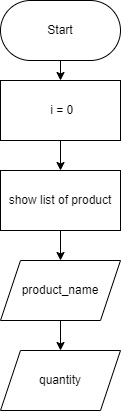
Earlier version of the draw.io export flowchart.drawio.png (dekifx/deki-cashier_app). Source tidied: cells renumbered, new cells last; positions are measured from the earlier drawing's top-left corner, leaving out a move shared by most shapes. The source it was exported from:
```xml
<mxGraphModel>
  <root>
    <mxCell id="0" />
    <mxCell id="1" parent="0" />
    <mxCell id="2" style="edgeStyle=none;html=1;entryX=0.5;entryY=0;entryDx=0;entryDy=0;" parent="1" edge="1" source="3" target="10">
      <mxGeometry relative="1" as="geometry" />
    </mxCell>
    <mxCell id="3" value="Start" style="rounded=1;whiteSpace=wrap;html=1;glass=0;sketch=0;imageWidth=24;arcSize=50;" parent="1" vertex="1">
      <mxGeometry width="120" height="60" as="geometry" />
    </mxCell>
    <mxCell id="4" style="edgeStyle=none;html=1;" parent="1" edge="1" source="5" target="7">
      <mxGeometry relative="1" as="geometry" />
    </mxCell>
    <mxCell id="5" value="show list of product" style="rounded=0;whiteSpace=wrap;html=1;glass=0;sketch=0;" parent="1" vertex="1">
      <mxGeometry y="170" width="120" height="60" as="geometry" />
    </mxCell>
    <mxCell id="6" style="edgeStyle=none;html=1;" parent="1" edge="1" source="7" target="8">
      <mxGeometry relative="1" as="geometry" />
    </mxCell>
    <mxCell id="7" value="product_name" style="shape=parallelogram;perimeter=parallelogramPerimeter;whiteSpace=wrap;html=1;fixedSize=1;rounded=0;glass=0;sketch=0;" parent="1" vertex="1">
      <mxGeometry y="260" width="120" height="60" as="geometry" />
    </mxCell>
    <mxCell id="8" value="quantity" style="shape=parallelogram;perimeter=parallelogramPerimeter;whiteSpace=wrap;html=1;fixedSize=1;rounded=0;glass=0;sketch=0;" parent="1" vertex="1">
      <mxGeometry y="350" width="120" height="60" as="geometry" />
    </mxCell>
    <mxCell id="9" style="edgeStyle=none;html=1;entryX=0.5;entryY=0;entryDx=0;entryDy=0;" parent="1" edge="1" source="10" target="5">
      <mxGeometry relative="1" as="geometry" />
    </mxCell>
    <mxCell id="10" value="&amp;nbsp;i = 0" style="rounded=0;whiteSpace=wrap;html=1;glass=0;sketch=0;" parent="1" vertex="1">
      <mxGeometry y="80" width="120" height="60" as="geometry" />
    </mxCell>
  </root>
</mxGraphModel>
```
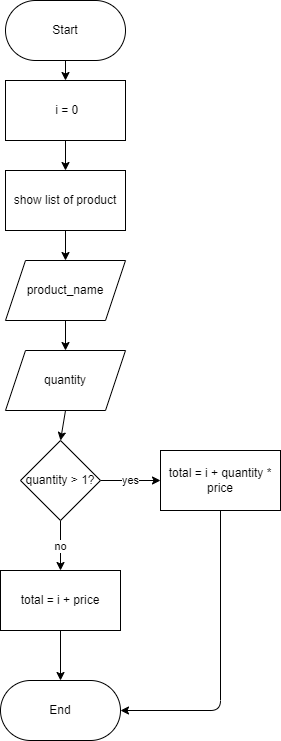
After the commit.

Commit message:
added quantity checking and price calculation in pseudocode

Change to the diagram source:
```diff
@@ -20,6 +20,9 @@
     <mxCell id="7" value="product_name" style="shape=parallelogram;perimeter=parallelogramPerimeter;whiteSpace=wrap;html=1;fixedSize=1;rounded=0;glass=0;sketch=0;" parent="1" vertex="1">
       <mxGeometry y="260" width="120" height="60" as="geometry" />
     </mxCell>
+    <mxCell id="11" style="edgeStyle=none;html=1;exitX=0.5;exitY=1;exitDx=0;exitDy=0;entryX=0.5;entryY=0;entryDx=0;entryDy=0;" parent="1" edge="1" source="8" target="14">
+      <mxGeometry relative="1" as="geometry" />
+    </mxCell>
     <mxCell id="8" value="quantity" style="shape=parallelogram;perimeter=parallelogramPerimeter;whiteSpace=wrap;html=1;fixedSize=1;rounded=0;glass=0;sketch=0;" parent="1" vertex="1">
       <mxGeometry y="350" width="120" height="60" as="geometry" />
     </mxCell>
@@ -29,5 +32,33 @@
     <mxCell id="10" value="&amp;nbsp;i = 0" style="rounded=0;whiteSpace=wrap;html=1;glass=0;sketch=0;" parent="1" vertex="1">
       <mxGeometry y="80" width="120" height="60" as="geometry" />
     </mxCell>
+    <mxCell id="12" value="yes" style="edgeStyle=none;html=1;" parent="1" edge="1" source="14" target="16">
+      <mxGeometry relative="1" as="geometry" />
+    </mxCell>
+    <mxCell id="13" value="no" style="edgeStyle=none;html=1;" parent="1" edge="1" source="14" target="18">
+      <mxGeometry relative="1" as="geometry" />
+    </mxCell>
+    <mxCell id="14" value="quantity &amp;gt; 1?" style="rhombus;whiteSpace=wrap;html=1;rounded=0;glass=0;sketch=0;" parent="1" vertex="1">
+      <mxGeometry x="15" y="440" width="80" height="80" as="geometry" />
+    </mxCell>
+    <mxCell id="15" style="edgeStyle=none;html=1;exitX=0.5;exitY=1;exitDx=0;exitDy=0;entryX=1;entryY=0.5;entryDx=0;entryDy=0;" parent="1" edge="1" source="16" target="19">
+      <mxGeometry relative="1" as="geometry">
+        <Array as="points">
+          <mxPoint x="215" y="710" />
+        </Array>
+      </mxGeometry>
+    </mxCell>
+    <mxCell id="16" value="total = i + quantity * price" style="whiteSpace=wrap;html=1;rounded=0;glass=0;sketch=0;" parent="1" vertex="1">
+      <mxGeometry x="155" y="450" width="120" height="60" as="geometry" />
+    </mxCell>
+    <mxCell id="17" style="edgeStyle=none;html=1;exitX=0.5;exitY=1;exitDx=0;exitDy=0;entryX=0.5;entryY=0;entryDx=0;entryDy=0;" parent="1" edge="1" source="18" target="19">
+      <mxGeometry relative="1" as="geometry" />
+    </mxCell>
+    <mxCell id="18" value="total = i + price" style="whiteSpace=wrap;html=1;rounded=0;glass=0;sketch=0;" parent="1" vertex="1">
+      <mxGeometry x="-5" y="570" width="120" height="60" as="geometry" />
+    </mxCell>
+    <mxCell id="19" value="End" style="rounded=1;whiteSpace=wrap;html=1;glass=0;sketch=0;imageWidth=24;arcSize=50;" parent="1" vertex="1">
+      <mxGeometry x="-5" y="680" width="120" height="60" as="geometry" />
+    </mxCell>
   </root>
 </mxGraphModel>
```
